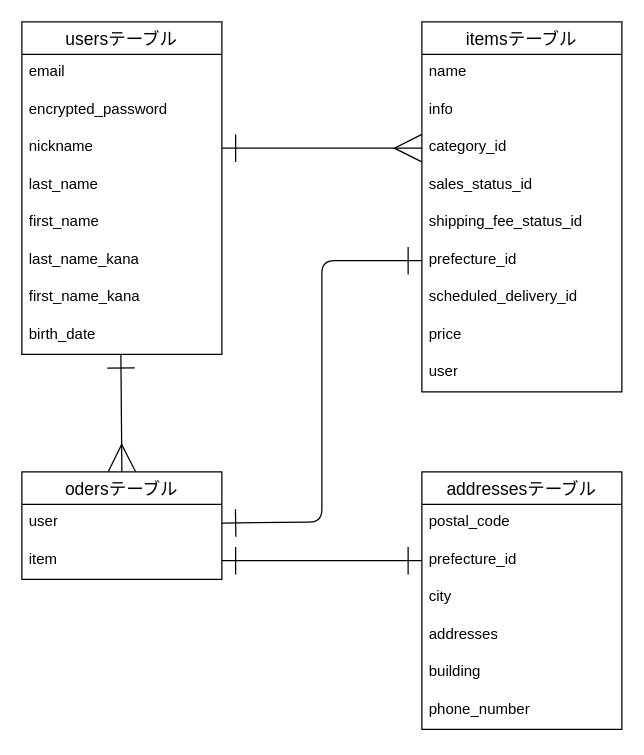
r070624tue/furima-45689 keeps this draw.io diagram as ER図.dio. Above is the earlier version. Source tidied: cells renumbered, new cells numbered last; positions are measured from the earlier drawing's top-left corner, leaving out a move shared by most shapes. Both pictures are drawn from the tidied source at 125%, with x=0, y=0 at pixel (21, 21).
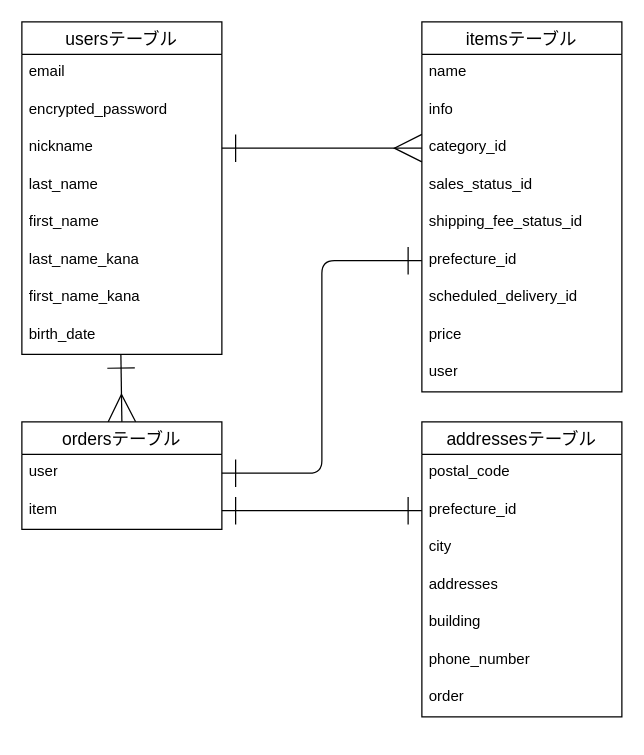
Above is the later version.

Commit message (it also covers changes not shown here):
データベース設計修正その2

Unchanged cells that the change refers to:
```xml
<mxCell id="17" value="prefecture_id" style="text;strokeColor=none;fillColor=none;spacingLeft=4;spacingRight=4;overflow=hidden;points=[[0,0.5],[1,0.5]];portConstraint=eastwest;fontSize=12;whiteSpace=wrap;html=1;" parent="11" vertex="1">
  <mxGeometry y="176" width="160" height="30" as="geometry" />
</mxCell>
<mxCell id="32" value="user" style="text;strokeColor=none;fillColor=none;spacingLeft=4;spacingRight=4;overflow=hidden;points=[[0,0.5],[1,0.5]];portConstraint=eastwest;fontSize=12;whiteSpace=wrap;html=1;" parent="31" vertex="1">
  <mxGeometry y="26" width="160" height="30" as="geometry" />
</mxCell>
```

Diff of the diagram source:
```diff
@@
     <mxCell id="21" value="addressesテーブル" style="swimlane;fontStyle=0;horizontal=1;startSize=26;align=center;fontSize=14;" parent="1" vertex="1">
-      <mxGeometry x="320" y="360" width="160" height="206" as="geometry" />
+      <mxGeometry x="320" y="320" width="160" height="236" as="geometry" />
     </mxCell>
@@
+    <mxCell id="35" value="order" style="text;strokeColor=none;fillColor=none;spacingLeft=4;spacingRight=4;overflow=hidden;fontSize=12;whiteSpace=wrap;html=1;" parent="21" vertex="1">
+      <mxGeometry y="206" width="160" height="30" as="geometry" />
+    </mxCell>
@@
     <mxCell id="30" style="edgeStyle=none;html=1;exitX=1;exitY=0.5;exitDx=0;exitDy=0;entryX=0;entryY=0.5;entryDx=0;entryDy=0;endArrow=ERone;endFill=0;startArrow=ERone;startFill=0;endSize=20;startSize=20;" parent="1" edge="1" source="32" target="17">
       <mxGeometry relative="1" as="geometry">
         <Array as="points">
-          <mxPoint x="240" y="400" />
+          <mxPoint x="240" y="361" />
           <mxPoint x="240" y="191" />
         </Array>
       </mxGeometry>
     </mxCell>
-    <mxCell id="31" value="odersテーブル" style="swimlane;fontStyle=0;horizontal=1;startSize=26;align=center;fontSize=14;" parent="1" vertex="1">
-      <mxGeometry y="360" width="160" height="86" as="geometry" />
+    <mxCell id="31" value="ordersテーブル" style="swimlane;fontStyle=0;horizontal=1;startSize=26;align=center;fontSize=14;" parent="1" vertex="1">
+      <mxGeometry y="320" width="160" height="86" as="geometry" />
     </mxCell>
```
